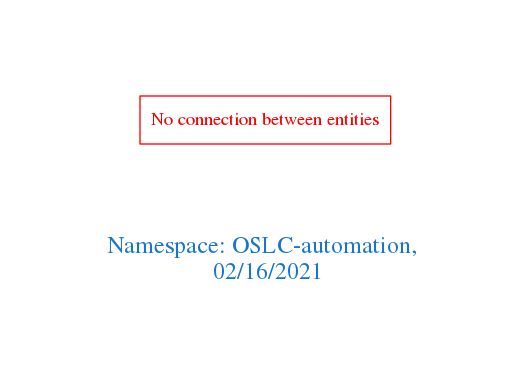
This is downloads/OSLC-automation.png from arago/OGIT, a Graphviz export, as it was before one commit. Its source is kept beside it as downloads/OSLC-automation.dot. The source it was exported from:
```dot
digraph OGIT_ontology {
 graph [ rankdir= LR,pad=1
fontsize = 18,
fontcolor= dodgerblue3,label = "\n\n\nNamespace: OSLC-automation, \n 02/16/2021"];
node[shape=polygon];
edge [  color="gray81"];

"No connection between entities" [fontcolor = "red",color="red", shape="polygon"]
}
```
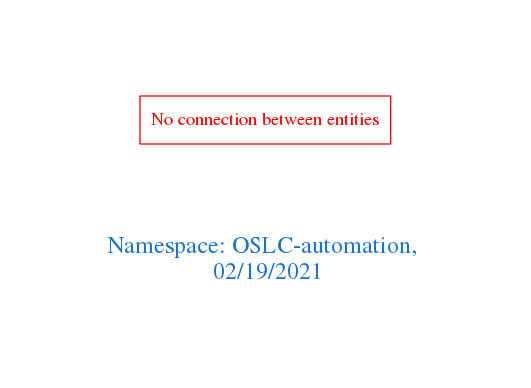
After the change.

Change to the diagram source:
```diff
@@ -1,7 +1,7 @@
 digraph OGIT_ontology {
  graph [ rankdir= LR,pad=1
 fontsize = 18,
-fontcolor= dodgerblue3,label = "\n\n\nNamespace: OSLC-automation, \n 02/16/2021"];
+fontcolor= dodgerblue3,label = "\n\n\nNamespace: OSLC-automation, \n 02/19/2021"];
 node[shape=polygon];
 edge [  color="gray81"];
 
```
